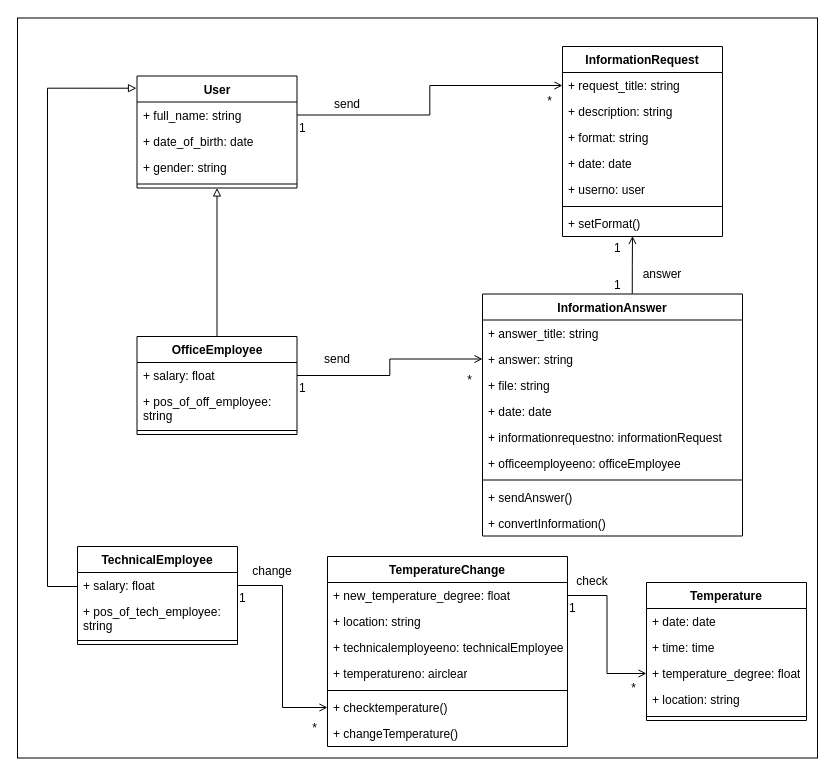
The draw.io diagram 2-SoftwareDesign/2.5-UMLProgramClasses/UMLProgramClasses.drawio in oleksandrblazhko/ai-213-gavrosh, before the edit. Source tidied: cells renumbered, new cells numbered last; positions are measured from the earlier drawing's top-left corner, leaving out a move shared by most shapes. Both pictures are drawn from the tidied source at 100%, with x=0, y=0 at pixel (17, 18).
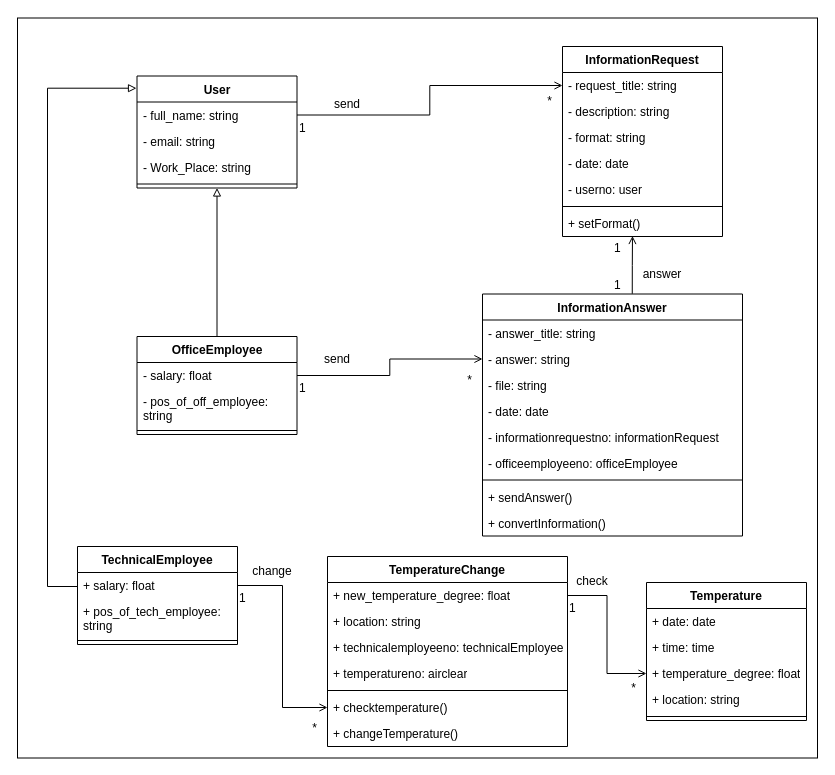
Above is the later version.

Unchanged cells that the change refers to:
```xml
<mxCell id="3" value="User" style="swimlane;fontStyle=1;align=center;verticalAlign=top;horizontal=1;startSize=26;whiteSpace=wrap;html=1;" parent="1" vertex="1">
  <mxGeometry x="119.5" y="57.5" width="160" height="112" as="geometry" />
</mxCell>
<mxCell id="9" value="OfficeEmployee" style="swimlane;fontStyle=1;align=center;verticalAlign=top;horizontal=1;startSize=26;whiteSpace=wrap;html=1;" parent="1" vertex="1">
  <mxGeometry x="119.5" y="318" width="160" height="98" as="geometry" />
</mxCell>
<mxCell id="17" value="InformationRequest" style="swimlane;fontStyle=1;align=center;verticalAlign=top;horizontal=1;startSize=26;whiteSpace=wrap;html=1;" parent="1" vertex="1">
  <mxGeometry x="545" y="28" width="160" height="190" as="geometry" />
</mxCell>
<mxCell id="25" value="InformationAnswer" style="swimlane;fontStyle=1;align=center;verticalAlign=top;horizontal=1;startSize=26;whiteSpace=wrap;html=1;" parent="1" vertex="1">
  <mxGeometry x="465" y="275.5" width="260" height="242" as="geometry" />
</mxCell>
```

What changed in the source:
```diff
@@
-    <mxCell id="4" value="+&amp;nbsp;full_name: string" style="text;strokeColor=none;fillColor=none;align=left;verticalAlign=top;spacingLeft=4;spacingRight=4;overflow=hidden;points=[[0,0.5],[1,0.5]];portConstraint=eastwest;whiteSpace=wrap;html=1;" parent="3" vertex="1">
+    <mxCell id="4" value="- full_name: string" style="text;strokeColor=none;fillColor=none;align=left;verticalAlign=top;spacingLeft=4;spacingRight=4;overflow=hidden;points=[[0,0.5],[1,0.5]];portConstraint=eastwest;whiteSpace=wrap;html=1;" parent="3" vertex="1">
       <mxGeometry y="26" width="160" height="26" as="geometry" />
     </mxCell>
-    <mxCell id="5" value="+&amp;nbsp;date_of_birth: date" style="text;strokeColor=none;fillColor=none;align=left;verticalAlign=top;spacingLeft=4;spacingRight=4;overflow=hidden;whiteSpace=wrap;html=1;" parent="3" vertex="1">
+    <mxCell id="5" value="- email: string" style="text;strokeColor=none;fillColor=none;align=left;verticalAlign=top;spacingLeft=4;spacingRight=4;overflow=hidden;whiteSpace=wrap;html=1;" parent="3" vertex="1">
       <mxGeometry y="52" width="160" height="26" as="geometry" />
     </mxCell>
-    <mxCell id="6" value="+&amp;nbsp;gender: string" style="text;strokeColor=none;fillColor=none;align=left;verticalAlign=top;spacingLeft=4;spacingRight=4;overflow=hidden;whiteSpace=wrap;html=1;" parent="3" vertex="1">
+    <mxCell id="6" value="- Work_Place: string" style="text;strokeColor=none;fillColor=none;align=left;verticalAlign=top;spacingLeft=4;spacingRight=4;overflow=hidden;whiteSpace=wrap;html=1;" parent="3" vertex="1">
       <mxGeometry y="78" width="160" height="26" as="geometry" />
     </mxCell>
@@
-    <mxCell id="10" value="+ salary: float" style="text;strokeColor=none;fillColor=none;align=left;verticalAlign=top;spacingLeft=4;spacingRight=4;overflow=hidden;points=[[0,0.5],[1,0.5]];portConstraint=eastwest;whiteSpace=wrap;html=1;" parent="9" vertex="1">
+    <mxCell id="10" value="- salary: float" style="text;strokeColor=none;fillColor=none;align=left;verticalAlign=top;spacingLeft=4;spacingRight=4;overflow=hidden;points=[[0,0.5],[1,0.5]];portConstraint=eastwest;whiteSpace=wrap;html=1;" parent="9" vertex="1">
       <mxGeometry y="26" width="160" height="26" as="geometry" />
     </mxCell>
-    <mxCell id="11" value="+&amp;nbsp;pos_of_off_employee: string" style="text;strokeColor=none;fillColor=none;align=left;verticalAlign=top;spacingLeft=4;spacingRight=4;overflow=hidden;whiteSpace=wrap;html=1;" parent="9" vertex="1">
+    <mxCell id="11" value="- pos_of_off_employee: string" style="text;strokeColor=none;fillColor=none;align=left;verticalAlign=top;spacingLeft=4;spacingRight=4;overflow=hidden;whiteSpace=wrap;html=1;" parent="9" vertex="1">
       <mxGeometry y="52" width="160" height="38" as="geometry" />
     </mxCell>
@@
-    <mxCell id="18" value="+&amp;nbsp;request_title: string" style="text;strokeColor=none;fillColor=none;align=left;verticalAlign=top;spacingLeft=4;spacingRight=4;overflow=hidden;points=[[0,0.5],[1,0.5]];portConstraint=eastwest;whiteSpace=wrap;html=1;" parent="17" vertex="1">
+    <mxCell id="18" value="- request_title: string" style="text;strokeColor=none;fillColor=none;align=left;verticalAlign=top;spacingLeft=4;spacingRight=4;overflow=hidden;points=[[0,0.5],[1,0.5]];portConstraint=eastwest;whiteSpace=wrap;html=1;" parent="17" vertex="1">
       <mxGeometry y="26" width="160" height="26" as="geometry" />
     </mxCell>
-    <mxCell id="19" value="+&amp;nbsp;description: string" style="text;strokeColor=none;fillColor=none;align=left;verticalAlign=top;spacingLeft=4;spacingRight=4;overflow=hidden;whiteSpace=wrap;html=1;" parent="17" vertex="1">
+    <mxCell id="19" value="- description: string" style="text;strokeColor=none;fillColor=none;align=left;verticalAlign=top;spacingLeft=4;spacingRight=4;overflow=hidden;whiteSpace=wrap;html=1;" parent="17" vertex="1">
       <mxGeometry y="52" width="160" height="26" as="geometry" />
     </mxCell>
-    <mxCell id="20" value="+&amp;nbsp;format: string" style="text;strokeColor=none;fillColor=none;align=left;verticalAlign=top;spacingLeft=4;spacingRight=4;overflow=hidden;whiteSpace=wrap;html=1;" parent="17" vertex="1">
+    <mxCell id="20" value="- format: string" style="text;strokeColor=none;fillColor=none;align=left;verticalAlign=top;spacingLeft=4;spacingRight=4;overflow=hidden;whiteSpace=wrap;html=1;" parent="17" vertex="1">
       <mxGeometry y="78" width="160" height="26" as="geometry" />
     </mxCell>
-    <mxCell id="21" value="+&amp;nbsp;date:&amp;nbsp;date" style="text;strokeColor=none;fillColor=none;align=left;verticalAlign=top;spacingLeft=4;spacingRight=4;overflow=hidden;whiteSpace=wrap;html=1;" parent="17" vertex="1">
+    <mxCell id="21" value="- date:&amp;nbsp;date" style="text;strokeColor=none;fillColor=none;align=left;verticalAlign=top;spacingLeft=4;spacingRight=4;overflow=hidden;whiteSpace=wrap;html=1;" parent="17" vertex="1">
       <mxGeometry y="104" width="160" height="26" as="geometry" />
     </mxCell>
-    <mxCell id="22" value="+&amp;nbsp;userno:&amp;nbsp;user" style="text;strokeColor=none;fillColor=none;align=left;verticalAlign=top;spacingLeft=4;spacingRight=4;overflow=hidden;whiteSpace=wrap;html=1;" parent="17" vertex="1">
+    <mxCell id="22" value="- userno:&amp;nbsp;user" style="text;strokeColor=none;fillColor=none;align=left;verticalAlign=top;spacingLeft=4;spacingRight=4;overflow=hidden;whiteSpace=wrap;html=1;" parent="17" vertex="1">
       <mxGeometry y="130" width="160" height="26" as="geometry" />
     </mxCell>
@@
-    <mxCell id="26" value="+&amp;nbsp;answer_title: string" style="text;strokeColor=none;fillColor=none;align=left;verticalAlign=top;spacingLeft=4;spacingRight=4;overflow=hidden;whiteSpace=wrap;html=1;" parent="25" vertex="1">
+    <mxCell id="26" value="- answer_title: string" style="text;strokeColor=none;fillColor=none;align=left;verticalAlign=top;spacingLeft=4;spacingRight=4;overflow=hidden;whiteSpace=wrap;html=1;" parent="25" vertex="1">
       <mxGeometry y="26" width="260" height="26" as="geometry" />
     </mxCell>
-    <mxCell id="27" value="+&amp;nbsp;answer: string" style="text;strokeColor=none;fillColor=none;align=left;verticalAlign=top;spacingLeft=4;spacingRight=4;overflow=hidden;points=[[0,0.5],[1,0.5]];portConstraint=eastwest;whiteSpace=wrap;html=1;" parent="25" vertex="1">
+    <mxCell id="27" value="- answer: string" style="text;strokeColor=none;fillColor=none;align=left;verticalAlign=top;spacingLeft=4;spacingRight=4;overflow=hidden;points=[[0,0.5],[1,0.5]];portConstraint=eastwest;whiteSpace=wrap;html=1;" parent="25" vertex="1">
       <mxGeometry y="52" width="260" height="26" as="geometry" />
     </mxCell>
-    <mxCell id="28" value="+&amp;nbsp;file: string" style="text;strokeColor=none;fillColor=none;align=left;verticalAlign=top;spacingLeft=4;spacingRight=4;overflow=hidden;whiteSpace=wrap;html=1;" parent="25" vertex="1">
+    <mxCell id="28" value="- file: string" style="text;strokeColor=none;fillColor=none;align=left;verticalAlign=top;spacingLeft=4;spacingRight=4;overflow=hidden;whiteSpace=wrap;html=1;" parent="25" vertex="1">
       <mxGeometry y="78" width="260" height="26" as="geometry" />
     </mxCell>
-    <mxCell id="29" value="+&amp;nbsp;date:&amp;nbsp;date" style="text;strokeColor=none;fillColor=none;align=left;verticalAlign=top;spacingLeft=4;spacingRight=4;overflow=hidden;whiteSpace=wrap;html=1;" parent="25" vertex="1">
+    <mxCell id="29" value="- date:&amp;nbsp;date" style="text;strokeColor=none;fillColor=none;align=left;verticalAlign=top;spacingLeft=4;spacingRight=4;overflow=hidden;whiteSpace=wrap;html=1;" parent="25" vertex="1">
       <mxGeometry y="104" width="260" height="26" as="geometry" />
     </mxCell>
-    <mxCell id="30" value="+&amp;nbsp;informationrequestno: informationRequest" style="text;strokeColor=none;fillColor=none;align=left;verticalAlign=top;spacingLeft=4;spacingRight=4;overflow=hidden;whiteSpace=wrap;html=1;" parent="25" vertex="1">
+    <mxCell id="30" value="- informationrequestno: informationRequest" style="text;strokeColor=none;fillColor=none;align=left;verticalAlign=top;spacingLeft=4;spacingRight=4;overflow=hidden;whiteSpace=wrap;html=1;" parent="25" vertex="1">
       <mxGeometry y="130" width="260" height="26" as="geometry" />
     </mxCell>
-    <mxCell id="31" value="+&amp;nbsp;officeemployeeno: officeEmployee" style="text;strokeColor=none;fillColor=none;align=left;verticalAlign=top;spacingLeft=4;spacingRight=4;overflow=hidden;whiteSpace=wrap;html=1;" parent="25" vertex="1">
+    <mxCell id="31" value="- officeemployeeno: officeEmployee" style="text;strokeColor=none;fillColor=none;align=left;verticalAlign=top;spacingLeft=4;spacingRight=4;overflow=hidden;whiteSpace=wrap;html=1;" parent="25" vertex="1">
       <mxGeometry y="156" width="260" height="26" as="geometry" />
     </mxCell>
```
